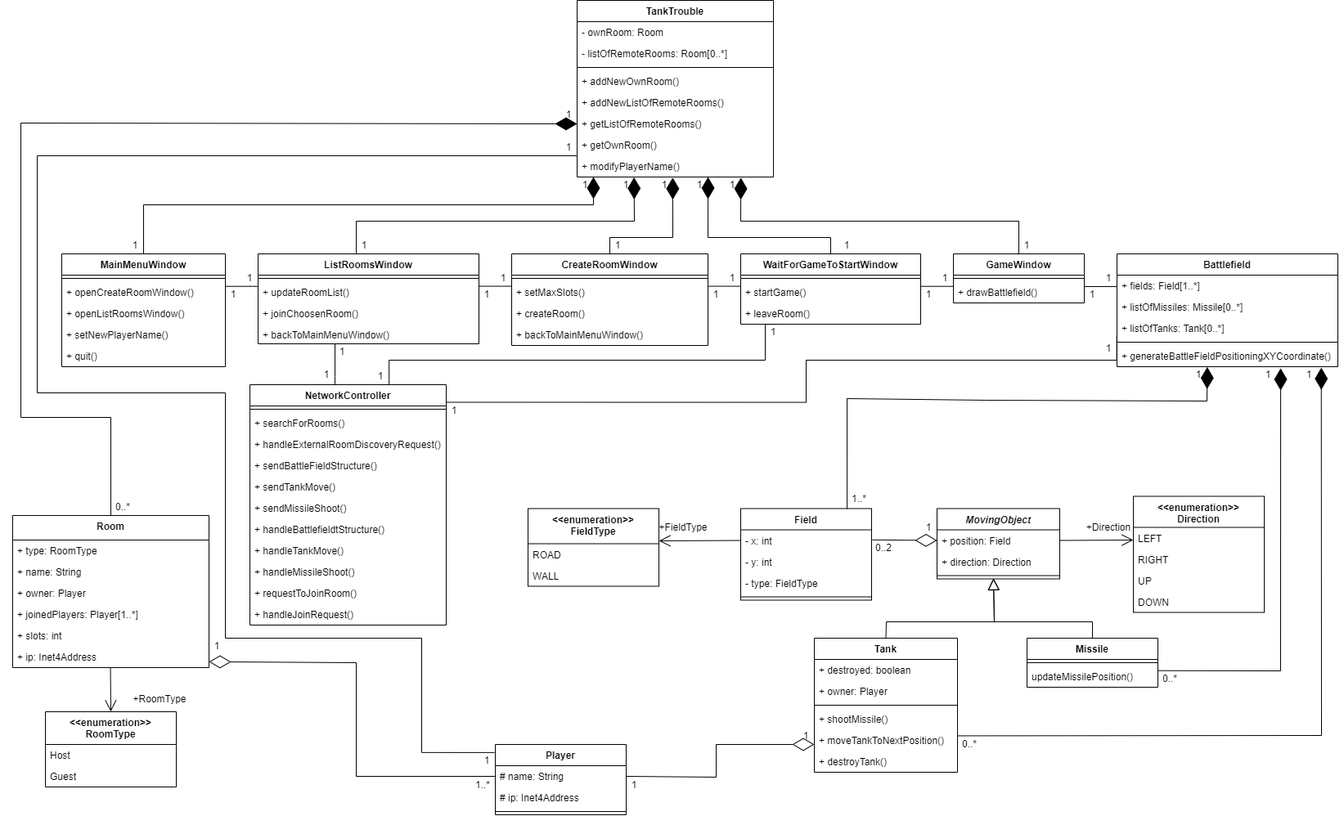
This is docs/osztalydiagram.png from Residuum22/TankTroubleBME, a draw.io export, as it was before one commit. Source tidied: cells renumbered, new cells last; positions are measured from the earlier drawing's top-left corner, leaving out a move shared by most shapes.
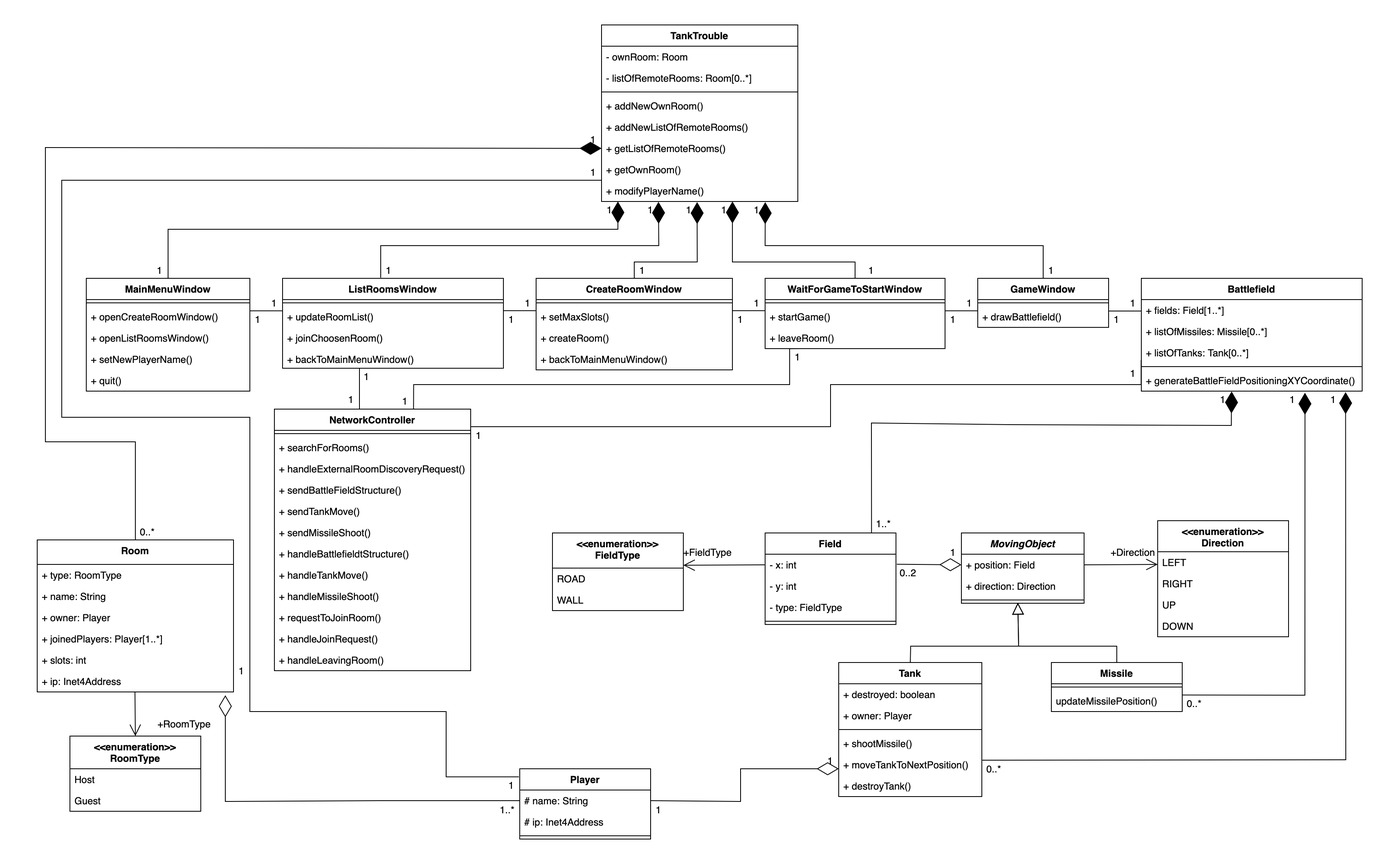
Above is the later version.

Change to the diagram source:
```diff
@@ -51,7 +51,7 @@
       <mxGeometry y="86" width="270" height="24" as="geometry" />
     </mxCell>
     <mxCell id="18" value="NetworkController" style="swimlane;fontStyle=1;align=center;verticalAlign=top;horizontal=1;startSize=26;" parent="1" vertex="1">
-      <mxGeometry x="290" y="470" width="240" height="294" as="geometry" />
+      <mxGeometry x="290" y="470" width="240" height="320" as="geometry" />
     </mxCell>
     <mxCell id="19" style="line;strokeWidth=1;fillColor=none;align=left;verticalAlign=middle;spacingTop=-1;spacingLeft=3;spacingRight=3;labelPosition=right;" parent="18" vertex="1">
       <mxGeometry y="26" width="240" height="8" as="geometry" />
@@ -86,6 +86,9 @@
     <mxCell id="29" value="+ handleJoinRequest()" style="text;strokeColor=none;fillColor=none;align=left;verticalAlign=top;spacingLeft=4;spacingRight=4;overflow=hidden;" parent="18" vertex="1">
       <mxGeometry y="268" width="240" height="26" as="geometry" />
     </mxCell>
+    <mxCell id="164" value="+ handleLeavingRoom()" style="text;strokeColor=none;fillColor=none;align=left;verticalAlign=top;spacingLeft=4;spacingRight=4;overflow=hidden;" parent="18" vertex="1">
+      <mxGeometry y="294" width="240" height="26" as="geometry" />
+    </mxCell>
     <mxCell id="30" value="WaitForGameToStartWindow" style="swimlane;fontStyle=1;align=center;verticalAlign=top;horizontal=1;startSize=26;" parent="1" vertex="1">
       <mxGeometry x="890" y="310" width="220" height="86" as="geometry" />
     </mxCell>
@@ -578,8 +581,8 @@
           <mxPoint x="30" y="190" />
           <mxPoint x="30" y="480" />
           <mxPoint x="260" y="480" />
-          <mxPoint x="260" y="780" />
-          <mxPoint x="500" y="780" />
+          <mxPoint x="260" y="840" />
+          <mxPoint x="500" y="840" />
           <mxPoint x="500" y="920" />
         </Array>
       </mxGeometry>
@@ -598,12 +601,13 @@
         </Array>
       </mxGeometry>
     </mxCell>
-    <mxCell id="162" style="endArrow=diamondThin;endFill=0;endSize=24;html=1;rounded=0;exitX=0;exitY=0.5;exitDx=0;exitDy=0;entryX=1;entryY=0.726;entryDx=0;entryDy=0;entryPerimeter=0;" parent="1" edge="1" source="91" target="40">
+    <mxCell id="162" style="endArrow=diamondThin;endFill=0;endSize=24;html=1;rounded=0;exitX=0;exitY=0.5;exitDx=0;exitDy=0;" parent="1" edge="1" source="91">
       <mxGeometry relative="1" as="geometry">
+        <mxPoint x="230" y="820" as="targetPoint" />
         <Array as="points">
           <mxPoint x="420" y="949" />
-          <mxPoint x="420" y="819" />
-          <mxPoint x="420" y="810" />
+          <mxPoint x="230" y="950" />
+          <mxPoint x="230" y="890" />
         </Array>
       </mxGeometry>
     </mxCell>
```
